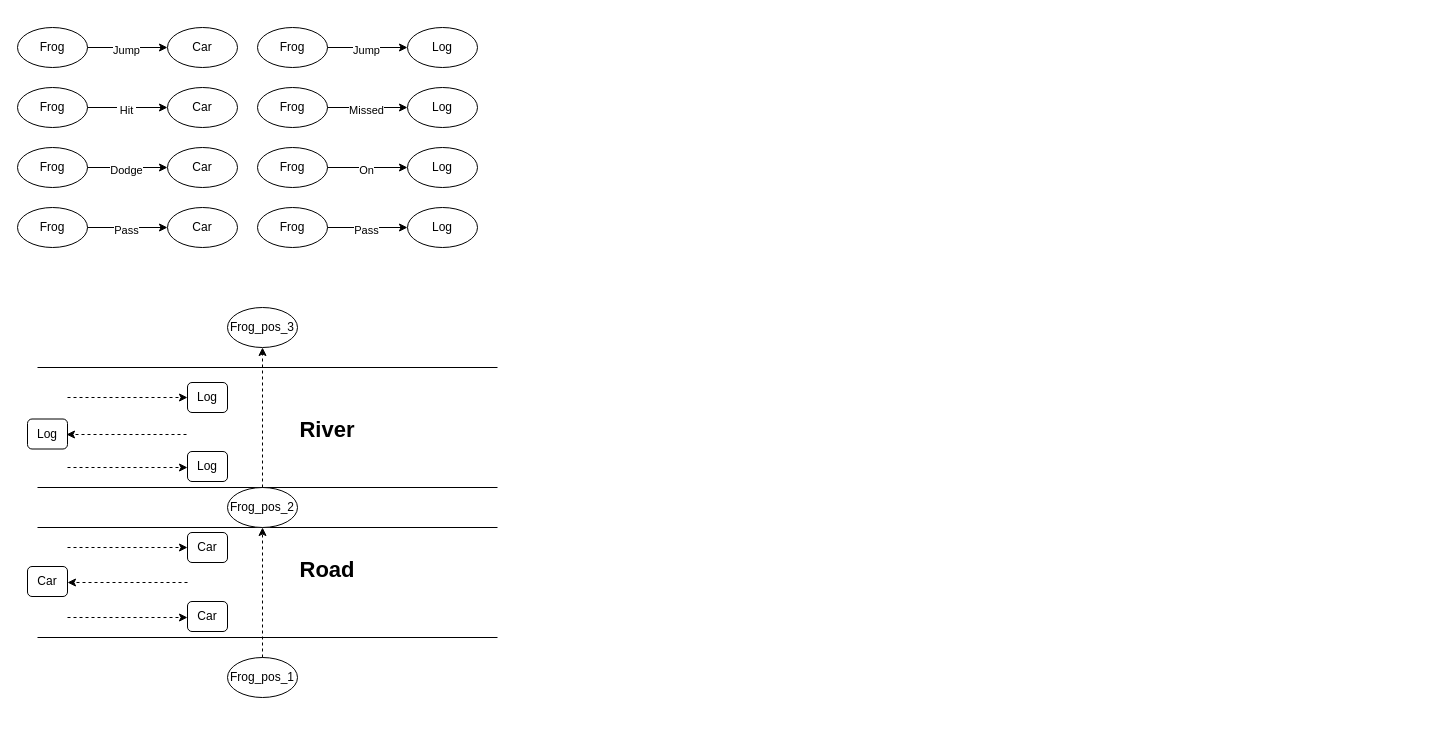
ObeeeWon/Diagrams keeps this draw.io diagram as 未命名绘图.drawio. Above is the earlier version. Source tidied: cells renumbered, new cells numbered last; positions are measured from the earlier drawing's top-left corner, leaving out a move shared by most shapes. Both pictures are drawn from the tidied source at 100%, with x=0, y=0 at pixel (17, 27).
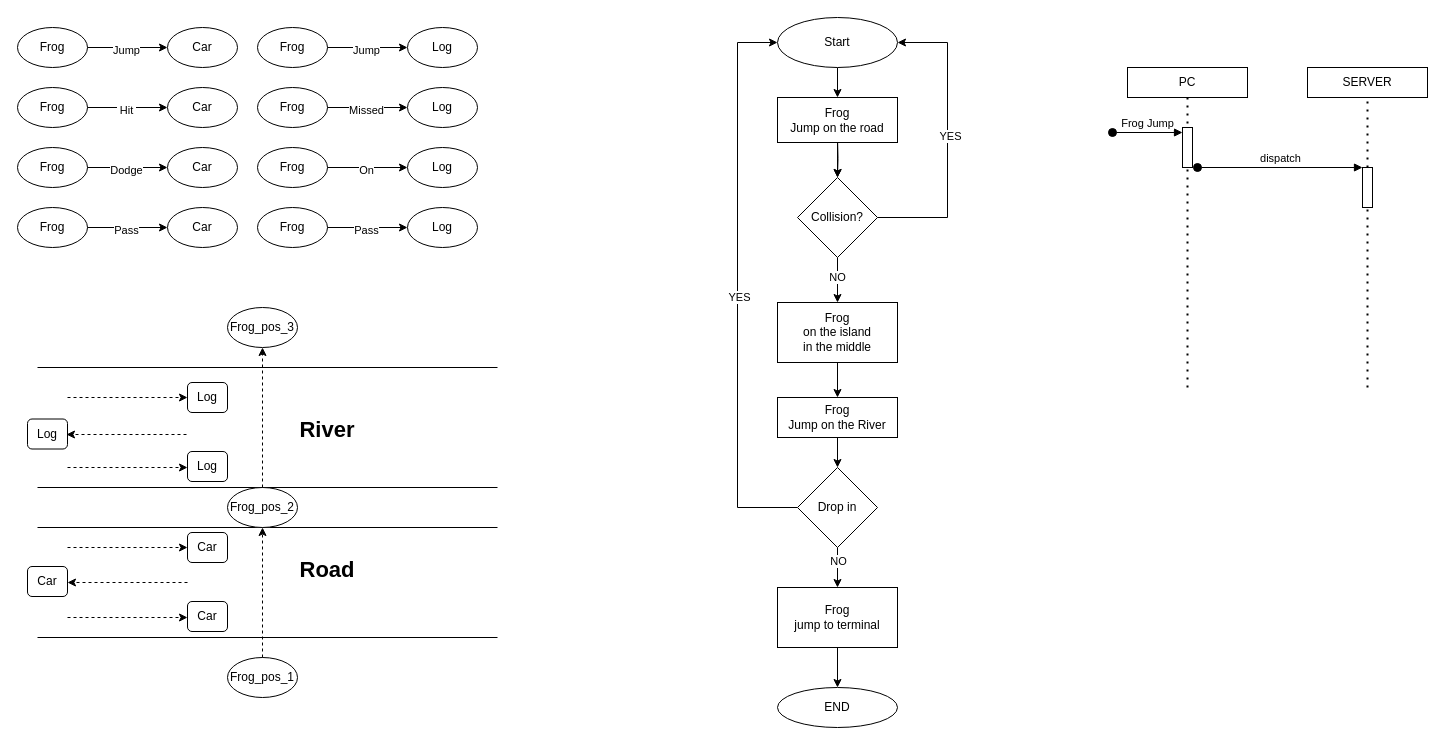
After the change.

Commit message:
更新未命名绘图.drawio

Change to the diagram source:
```diff
@@
+    <mxCell id="57" style="edgeStyle=orthogonalEdgeStyle;rounded=0;jettySize=auto;html=1;exitX=0.5;exitY=1;exitDx=0;exitDy=0;entryX=0.5;entryY=0;entryDx=0;entryDy=0;" parent="1" edge="1" target="62">
+      <mxGeometry relative="1" as="geometry">
+        <mxPoint x="820" y="110" as="sourcePoint" />
+      </mxGeometry>
+    </mxCell>
+    <mxCell id="58" style="edgeStyle=orthogonalEdgeStyle;rounded=0;jettySize=auto;html=1;exitX=1;exitY=0.5;exitDx=0;exitDy=0;entryX=1;entryY=0.5;entryDx=0;entryDy=0;" parent="1" edge="1" source="62" target="64">
+      <mxGeometry relative="1" as="geometry">
+        <Array as="points">
+          <mxPoint x="930" y="190" />
+          <mxPoint x="930" y="15" />
+        </Array>
+      </mxGeometry>
+    </mxCell>
+    <mxCell id="59" value="YES" style="edgeLabel;html=1;align=center;verticalAlign=middle;" parent="58" vertex="1">
+      <mxGeometry x="0.03" y="-2" relative="1" as="geometry" />
+    </mxCell>
+    <mxCell id="60" style="edgeStyle=orthogonalEdgeStyle;rounded=0;jettySize=auto;html=1;" parent="1" edge="1" source="62" target="68">
+      <mxGeometry relative="1" as="geometry" />
+    </mxCell>
+    <mxCell id="61" value="NO" style="edgeLabel;html=1;align=center;verticalAlign=middle;" parent="60" vertex="1">
+      <mxGeometry x="-0.16" y="-1" relative="1" as="geometry" />
+    </mxCell>
+    <mxCell id="62" value="Collision?" style="rhombus;whiteSpace=wrap;html=1;" parent="1" vertex="1">
+      <mxGeometry x="780" y="150" width="80" height="80" as="geometry" />
+    </mxCell>
+    <mxCell id="63" style="edgeStyle=orthogonalEdgeStyle;rounded=0;jettySize=auto;html=1;exitX=0.5;exitY=1;exitDx=0;exitDy=0;entryX=0.5;entryY=0;entryDx=0;entryDy=0;" parent="1" edge="1" source="64" target="66">
+      <mxGeometry relative="1" as="geometry" />
+    </mxCell>
+    <mxCell id="64" value="Start&lt;div&gt;&lt;/div&gt;" style="ellipse;whiteSpace=wrap;html=1;" parent="1" vertex="1">
+      <mxGeometry x="760" y="-10" width="120" height="50" as="geometry" />
+    </mxCell>
+    <mxCell id="65" style="edgeStyle=orthogonalEdgeStyle;rounded=0;jettySize=auto;html=1;exitX=0.5;exitY=1;exitDx=0;exitDy=0;" parent="1" edge="1" source="66" target="62">
+      <mxGeometry relative="1" as="geometry" />
+    </mxCell>
+    <mxCell id="66" value="&lt;div&gt;Frog&lt;/div&gt;Jump on the road" style="rounded=0;whiteSpace=wrap;html=1;" parent="1" vertex="1">
+      <mxGeometry x="760" y="70" width="120" height="45" as="geometry" />
+    </mxCell>
+    <mxCell id="67" style="edgeStyle=orthogonalEdgeStyle;rounded=0;jettySize=auto;html=1;exitX=0.5;exitY=1;exitDx=0;exitDy=0;entryX=0.5;entryY=0;entryDx=0;entryDy=0;" parent="1" edge="1" source="68" target="70">
+      <mxGeometry relative="1" as="geometry" />
+    </mxCell>
+    <mxCell id="68" value="Frog&lt;div&gt;on the island&lt;br&gt;in the middle&lt;/div&gt;" style="whiteSpace=wrap;html=1;" parent="1" vertex="1">
+      <mxGeometry x="760" y="275" width="120" height="60" as="geometry" />
+    </mxCell>
+    <mxCell id="69" style="edgeStyle=orthogonalEdgeStyle;rounded=0;jettySize=auto;html=1;exitX=0.5;exitY=1;exitDx=0;exitDy=0;entryX=0.5;entryY=0;entryDx=0;entryDy=0;" parent="1" edge="1" source="70" target="75">
+      <mxGeometry relative="1" as="geometry" />
+    </mxCell>
+    <mxCell id="70" value="&lt;div&gt;Frog&lt;/div&gt;Jump on the River" style="rounded=0;whiteSpace=wrap;html=1;" parent="1" vertex="1">
+      <mxGeometry x="760" y="370" width="120" height="40" as="geometry" />
+    </mxCell>
+    <mxCell id="71" style="edgeStyle=orthogonalEdgeStyle;rounded=0;jettySize=auto;html=1;exitX=0.5;exitY=1;exitDx=0;exitDy=0;entryX=0.5;entryY=0;entryDx=0;entryDy=0;" parent="1" edge="1" source="75" target="77">
+      <mxGeometry relative="1" as="geometry" />
+    </mxCell>
+    <mxCell id="72" value="NO" style="edgeLabel;html=1;align=center;verticalAlign=middle;" parent="71" vertex="1">
+      <mxGeometry x="-0.35" relative="1" as="geometry" />
+    </mxCell>
+    <mxCell id="73" style="edgeStyle=orthogonalEdgeStyle;rounded=0;jettySize=auto;html=1;exitX=0;exitY=0.5;exitDx=0;exitDy=0;entryX=0;entryY=0.5;entryDx=0;entryDy=0;" parent="1" edge="1" source="75" target="64">
+      <mxGeometry relative="1" as="geometry">
+        <Array as="points">
+          <mxPoint x="720" y="480" />
+          <mxPoint x="720" y="15" />
+        </Array>
+      </mxGeometry>
+    </mxCell>
+    <mxCell id="74" value="YES" style="edgeLabel;html=1;align=center;verticalAlign=middle;" parent="73" vertex="1">
+      <mxGeometry x="-0.04" y="-1" relative="1" as="geometry" />
+    </mxCell>
+    <mxCell id="75" value="Drop in" style="rhombus;whiteSpace=wrap;html=1;" parent="1" vertex="1">
+      <mxGeometry x="780" y="440" width="80" height="80" as="geometry" />
+    </mxCell>
+    <mxCell id="76" style="edgeStyle=orthogonalEdgeStyle;rounded=0;jettySize=auto;html=1;exitX=0.5;exitY=1;exitDx=0;exitDy=0;entryX=0.5;entryY=0;entryDx=0;entryDy=0;" parent="1" edge="1" source="77" target="78">
+      <mxGeometry relative="1" as="geometry" />
+    </mxCell>
+    <mxCell id="77" value="Frog&lt;div&gt;jump to terminal&lt;/div&gt;" style="rounded=0;whiteSpace=wrap;html=1;" parent="1" vertex="1">
+      <mxGeometry x="760" y="560" width="120" height="60" as="geometry" />
+    </mxCell>
+    <mxCell id="78" value="END" style="ellipse;whiteSpace=wrap;html=1;" parent="1" vertex="1">
+      <mxGeometry x="760" y="660" width="120" height="40" as="geometry" />
+    </mxCell>
+    <mxCell id="79" value="PC" style="rounded=0;whiteSpace=wrap;html=1;" parent="1" vertex="1">
+      <mxGeometry x="1110" y="40" width="120" height="30" as="geometry" />
+    </mxCell>
+    <mxCell id="80" value="SERVER" style="rounded=0;whiteSpace=wrap;html=1;" parent="1" vertex="1">
+      <mxGeometry x="1290" y="40" width="120" height="30" as="geometry" />
+    </mxCell>
+    <mxCell id="81" style="endArrow=none;dashed=1;html=1;dashPattern=1 3;strokeWidth=2;rounded=0;entryX=0.5;entryY=1;entryDx=0;entryDy=0;" parent="1" edge="1" target="79">
+      <mxGeometry relative="1" as="geometry">
+        <mxPoint x="1170" y="360" as="sourcePoint" />
+      </mxGeometry>
+    </mxCell>
+    <mxCell id="82" style="endArrow=none;dashed=1;html=1;dashPattern=1 3;strokeWidth=2;rounded=0;entryX=0.5;entryY=1;entryDx=0;entryDy=0;" parent="1" edge="1" source="86" target="80">
+      <mxGeometry relative="1" as="geometry" />
+    </mxCell>
+    <mxCell id="83" style="html=1;points=[[0,0,0,0,5],[0,1,0,0,-5],[1,0,0,0,5],[1,1,0,0,-5]];perimeter=orthogonalPerimeter;outlineConnect=0;targetShapes=umlLifeline;portConstraint=eastwest;newEdgeStyle={&quot;curved&quot;:0,&quot;rounded&quot;:0};" parent="1" vertex="1">
+      <mxGeometry x="1165" y="100" width="10" height="40" as="geometry" />
+    </mxCell>
+    <mxCell id="84" value="Frog Jump" style="html=1;verticalAlign=bottom;startArrow=oval;endArrow=block;startSize=8;curved=0;rounded=0;entryX=0;entryY=0;entryDx=0;entryDy=5;" parent="1" edge="1" target="83">
+      <mxGeometry relative="1" as="geometry">
+        <mxPoint x="1095" y="105" as="sourcePoint" />
+      </mxGeometry>
+    </mxCell>
+    <mxCell id="85" style="endArrow=none;dashed=1;html=1;dashPattern=1 3;strokeWidth=2;rounded=0;entryX=0.5;entryY=1;entryDx=0;entryDy=0;" parent="1" edge="1" target="86">
+      <mxGeometry relative="1" as="geometry">
+        <mxPoint x="1350" y="360" as="sourcePoint" />
+      </mxGeometry>
+    </mxCell>
+    <mxCell id="86" style="html=1;points=[[0,0,0,0,5],[0,1,0,0,-5],[1,0,0,0,5],[1,1,0,0,-5]];perimeter=orthogonalPerimeter;outlineConnect=0;targetShapes=umlLifeline;portConstraint=eastwest;newEdgeStyle={&quot;curved&quot;:0,&quot;rounded&quot;:0};" parent="1" vertex="1">
+      <mxGeometry x="1345" y="140" width="10" height="40" as="geometry" />
+    </mxCell>
+    <mxCell id="87" value="dispatch" style="html=1;verticalAlign=bottom;startArrow=oval;startFill=1;endArrow=block;startSize=8;curved=0;rounded=0;" parent="1" edge="1" target="86">
+      <mxGeometry relative="1" as="geometry">
+        <mxPoint x="1180" y="140" as="sourcePoint" />
+      </mxGeometry>
+    </mxCell>
```
